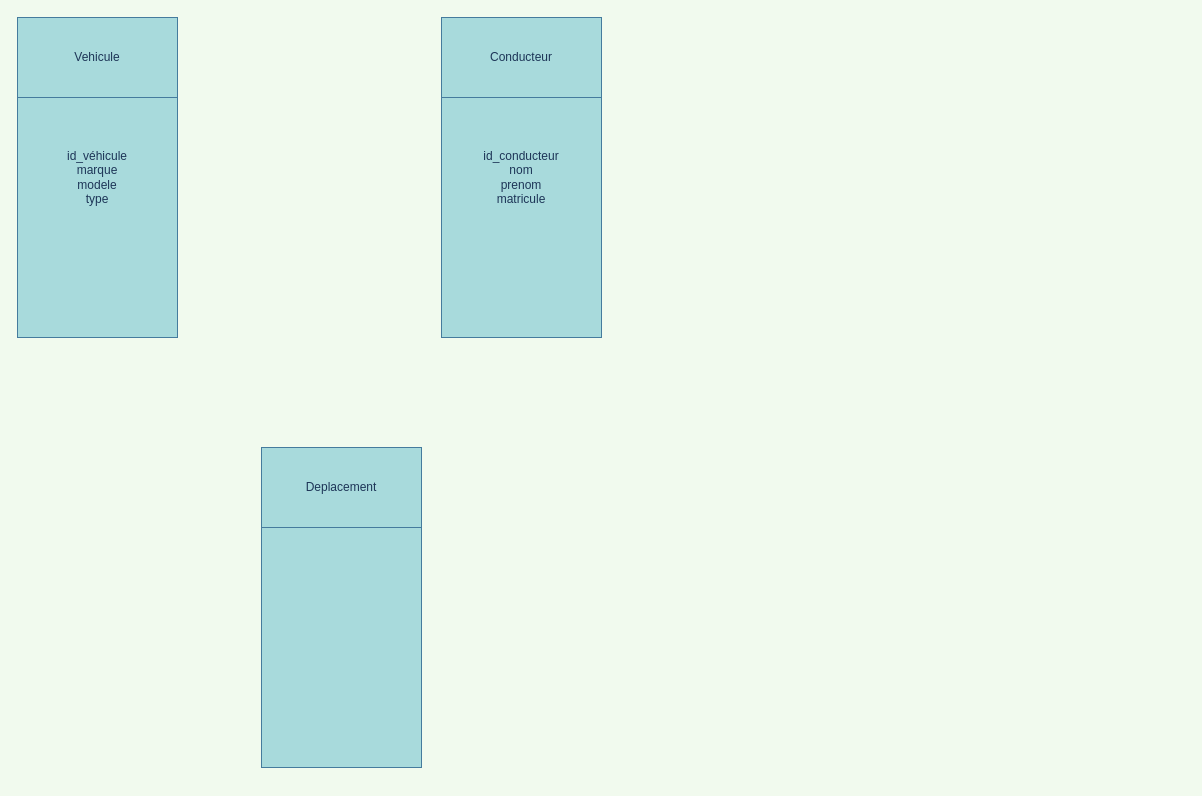
Above: Diagramme sans nom.drawio in Cooltor/SQL (draw.io), before the change. Source tidied: cells renumbered, new cells numbered last; positions are measured from the earlier drawing's top-left corner, leaving out a move shared by most shapes. Both pictures are drawn from the tidied source at 100%, with x=0, y=0 at pixel (17, 17).
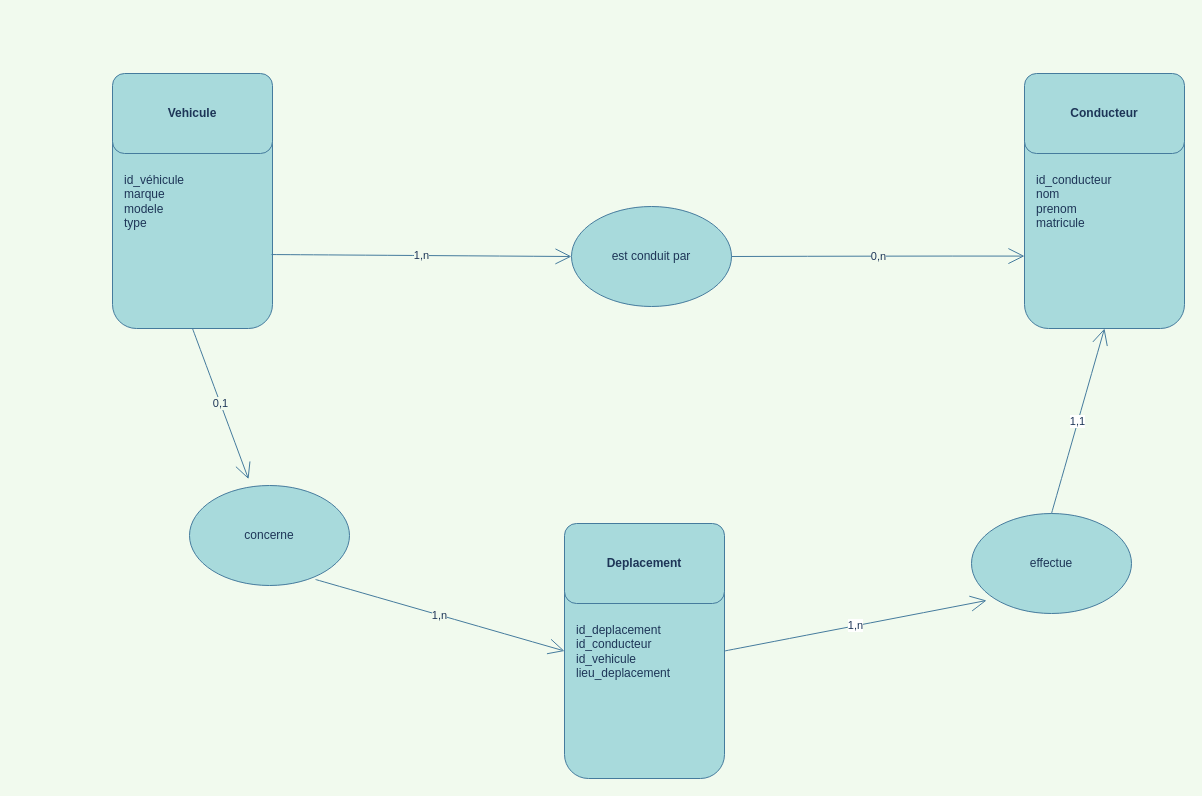
The same page after the edit.

The edit, as a diff of the source:
```diff
@@
 <mxGraphModel background="#F1FAEE">
   <root>
     <mxCell id="0" />
     <mxCell id="1" parent="0" />
-    <mxCell id="2" value="id_véhicule&lt;br&gt;marque&lt;br&gt;modele&lt;br&gt;type" style="rounded=0;whiteSpace=wrap;html=1;hachureGap=4;fillColor=#A8DADC;strokeColor=#457B9D;fontColor=#1D3557;" parent="1" vertex="1">
-      <mxGeometry width="160" height="320" as="geometry" />
+    <mxCell id="2" value="&lt;div style=&quot;&quot;&gt;&lt;span style=&quot;background-color: initial;&quot;&gt;id_véhicule&lt;/span&gt;&lt;/div&gt;&lt;div style=&quot;&quot;&gt;&lt;span style=&quot;background-color: initial;&quot;&gt;marque&lt;/span&gt;&lt;/div&gt;&lt;div style=&quot;&quot;&gt;&lt;span style=&quot;background-color: initial;&quot;&gt;modele&lt;/span&gt;&lt;/div&gt;&lt;div style=&quot;&quot;&gt;&lt;span style=&quot;background-color: initial;&quot;&gt;type&lt;/span&gt;&lt;/div&gt;" style="rounded=1;whiteSpace=wrap;html=1;hachureGap=4;fillColor=#A8DADC;strokeColor=#457B9D;fontColor=#1D3557;align=left;spacingLeft=10;" parent="1" vertex="1">
+      <mxGeometry x="95" y="56" width="160" height="255" as="geometry" />
     </mxCell>
-    <mxCell id="3" value="Vehicule" style="rounded=0;whiteSpace=wrap;html=1;hachureGap=4;fillColor=#A8DADC;strokeColor=#457B9D;fontColor=#1D3557;" parent="1" vertex="1">
-      <mxGeometry width="160" height="80" as="geometry" />
+    <mxCell id="3" value="Vehicule" style="rounded=1;whiteSpace=wrap;html=1;hachureGap=4;fillColor=#A8DADC;strokeColor=#457B9D;fontColor=#1D3557;fontStyle=1;" parent="1" vertex="1">
+      <mxGeometry x="95" y="56" width="160" height="80" as="geometry" />
     </mxCell>
-    <mxCell id="4" value="id_conducteur&lt;br&gt;nom&lt;br&gt;prenom&lt;br&gt;matricule&lt;br&gt;" style="rounded=0;whiteSpace=wrap;html=1;hachureGap=4;fillColor=#A8DADC;strokeColor=#457B9D;fontColor=#1D3557;" parent="1" vertex="1">
-      <mxGeometry x="424" width="160" height="320" as="geometry" />
+    <mxCell id="4" value="&lt;div style=&quot;&quot;&gt;&lt;span style=&quot;background-color: initial;&quot;&gt;id_conducteur&lt;/span&gt;&lt;/div&gt;&lt;div style=&quot;&quot;&gt;&lt;span style=&quot;background-color: initial;&quot;&gt;nom&lt;/span&gt;&lt;/div&gt;&lt;div style=&quot;&quot;&gt;&lt;span style=&quot;background-color: initial;&quot;&gt;prenom&lt;/span&gt;&lt;/div&gt;&lt;div style=&quot;&quot;&gt;&lt;span style=&quot;background-color: initial;&quot;&gt;matricule&lt;/span&gt;&lt;/div&gt;" style="rounded=1;whiteSpace=wrap;html=1;hachureGap=4;fillColor=#A8DADC;strokeColor=#457B9D;fontColor=#1D3557;align=left;spacingLeft=10;" parent="1" vertex="1">
+      <mxGeometry x="1007" y="56" width="160" height="255" as="geometry" />
     </mxCell>
-    <mxCell id="5" value="Conducteur" style="rounded=0;whiteSpace=wrap;html=1;hachureGap=4;fillColor=#A8DADC;strokeColor=#457B9D;fontColor=#1D3557;" parent="1" vertex="1">
-      <mxGeometry x="424" width="160" height="80" as="geometry" />
+    <mxCell id="5" value="&lt;b&gt;Conducteur&lt;/b&gt;" style="rounded=1;whiteSpace=wrap;html=1;hachureGap=4;fillColor=#A8DADC;strokeColor=#457B9D;fontColor=#1D3557;" parent="1" vertex="1">
+      <mxGeometry x="1007" y="56" width="160" height="80" as="geometry" />
     </mxCell>
-    <mxCell id="6" style="rounded=0;whiteSpace=wrap;html=1;hachureGap=4;fillColor=#A8DADC;strokeColor=#457B9D;fontColor=#1D3557;" parent="1" vertex="1">
-      <mxGeometry x="244" y="430" width="160" height="320" as="geometry" />
+    <mxCell id="6" value="id_deplacement&lt;br&gt;id_conducteur&lt;br&gt;id_vehicule&lt;br&gt;lieu_deplacement" style="rounded=1;whiteSpace=wrap;html=1;hachureGap=4;fillColor=#A8DADC;strokeColor=#457B9D;fontColor=#1D3557;align=left;spacingLeft=10;" parent="1" vertex="1">
+      <mxGeometry x="547" y="506" width="160" height="255" as="geometry" />
     </mxCell>
-    <mxCell id="7" value="Deplacement" style="rounded=0;whiteSpace=wrap;html=1;hachureGap=4;fillColor=#A8DADC;strokeColor=#457B9D;fontColor=#1D3557;" parent="1" vertex="1">
-      <mxGeometry x="244" y="430" width="160" height="80" as="geometry" />
+    <mxCell id="7" value="&lt;b&gt;Deplacement&lt;/b&gt;" style="rounded=1;whiteSpace=wrap;html=1;hachureGap=4;fillColor=#A8DADC;strokeColor=#457B9D;fontColor=#1D3557;" parent="1" vertex="1">
+      <mxGeometry x="547" y="506" width="160" height="80" as="geometry" />
     </mxCell>
+    <mxCell id="8" value="est conduit par" style="ellipse;whiteSpace=wrap;html=1;hachureGap=4;strokeColor=#457B9D;fontColor=#1D3557;fillColor=#A8DADC;rounded=1;" parent="1" vertex="1">
+      <mxGeometry x="554" y="189" width="160" height="100" as="geometry" />
+    </mxCell>
+    <mxCell id="9" value="1,n" style="edgeStyle=none;jettySize=auto;html=1;rounded=1;strokeColor=#457B9D;fontColor=#1D3557;endArrow=open;startSize=14;endSize=14;sourcePerimeterSpacing=8;targetPerimeterSpacing=8;fillColor=#A8DADC;curved=1;entryX=0;entryY=0.5;entryDx=0;entryDy=0;exitX=0.994;exitY=0.71;exitDx=0;exitDy=0;exitPerimeter=0;labelBackgroundColor=#F1FAEE;" parent="1" edge="1" source="2" target="8">
+      <mxGeometry relative="1" as="geometry" />
+    </mxCell>
+    <mxCell id="10" value="0,n" style="edgeStyle=none;jettySize=auto;html=1;rounded=1;strokeColor=#457B9D;fontColor=#1D3557;endArrow=open;startSize=14;endSize=14;sourcePerimeterSpacing=8;targetPerimeterSpacing=8;fillColor=#A8DADC;curved=1;entryX=0;entryY=0.716;entryDx=0;entryDy=0;entryPerimeter=0;exitX=1;exitY=0.5;exitDx=0;exitDy=0;labelBackgroundColor=#F1FAEE;" parent="1" edge="1" source="8" target="4">
+      <mxGeometry relative="1" as="geometry">
+        <Array as="points">
+          <mxPoint x="868" y="238.5" />
+        </Array>
+      </mxGeometry>
+    </mxCell>
+    <mxCell id="11" value="0,1" style="edgeStyle=none;jettySize=auto;html=1;rounded=1;strokeColor=#457B9D;fontColor=#1D3557;endArrow=open;startSize=14;endSize=14;sourcePerimeterSpacing=8;targetPerimeterSpacing=8;fillColor=#A8DADC;curved=1;exitX=0.5;exitY=1;exitDx=0;exitDy=0;labelBackgroundColor=#F1FAEE;" parent="1" edge="1" source="2" target="12">
+      <mxGeometry relative="1" as="geometry" />
+    </mxCell>
+    <mxCell id="12" value="concerne" style="ellipse;whiteSpace=wrap;html=1;hachureGap=4;strokeColor=#457B9D;fontColor=#1D3557;fillColor=#A8DADC;rounded=1;" parent="1" vertex="1">
+      <mxGeometry x="172" y="468" width="160" height="100" as="geometry" />
+    </mxCell>
+    <mxCell id="13" value="1,n" style="edgeStyle=none;jettySize=auto;html=1;rounded=1;strokeColor=#457B9D;fontColor=#1D3557;endArrow=open;startSize=14;endSize=14;sourcePerimeterSpacing=8;targetPerimeterSpacing=8;fillColor=#A8DADC;curved=1;exitX=0.788;exitY=0.94;exitDx=0;exitDy=0;exitPerimeter=0;entryX=0;entryY=0.5;entryDx=0;entryDy=0;labelBackgroundColor=#F1FAEE;" parent="1" edge="1" source="12" target="6">
+      <mxGeometry relative="1" as="geometry" />
+    </mxCell>
+    <mxCell id="14" value="effectue" style="ellipse;whiteSpace=wrap;html=1;rounded=1;hachureGap=4;fillColor=#A8DADC;strokeColor=#457B9D;fontColor=#1D3557;" parent="1" vertex="1">
+      <mxGeometry x="954" y="496" width="160" height="100" as="geometry" />
+    </mxCell>
+    <mxCell id="15" value="1,1" style="edgeStyle=none;jettySize=auto;html=1;rounded=0;strokeColor=#457B9D;fontColor=#1D3557;endArrow=open;startSize=14;endSize=14;sourcePerimeterSpacing=8;targetPerimeterSpacing=8;fillColor=#A8DADC;curved=1;exitX=0.5;exitY=0;exitDx=0;exitDy=0;entryX=0.5;entryY=1;entryDx=0;entryDy=0;" parent="1" edge="1" source="14" target="4">
+      <mxGeometry relative="1" as="geometry" />
+    </mxCell>
+    <mxCell id="16" value="1,n" style="edgeStyle=none;jettySize=auto;html=1;rounded=0;strokeColor=#457B9D;fontColor=#1D3557;endArrow=open;startSize=14;endSize=14;sourcePerimeterSpacing=8;targetPerimeterSpacing=8;fillColor=#A8DADC;curved=1;exitX=1;exitY=0.5;exitDx=0;exitDy=0;entryX=0.094;entryY=0.87;entryDx=0;entryDy=0;entryPerimeter=0;" parent="1" edge="1" source="6" target="14">
+      <mxGeometry relative="1" as="geometry" />
+    </mxCell>
   </root>
 </mxGraphModel>
```
